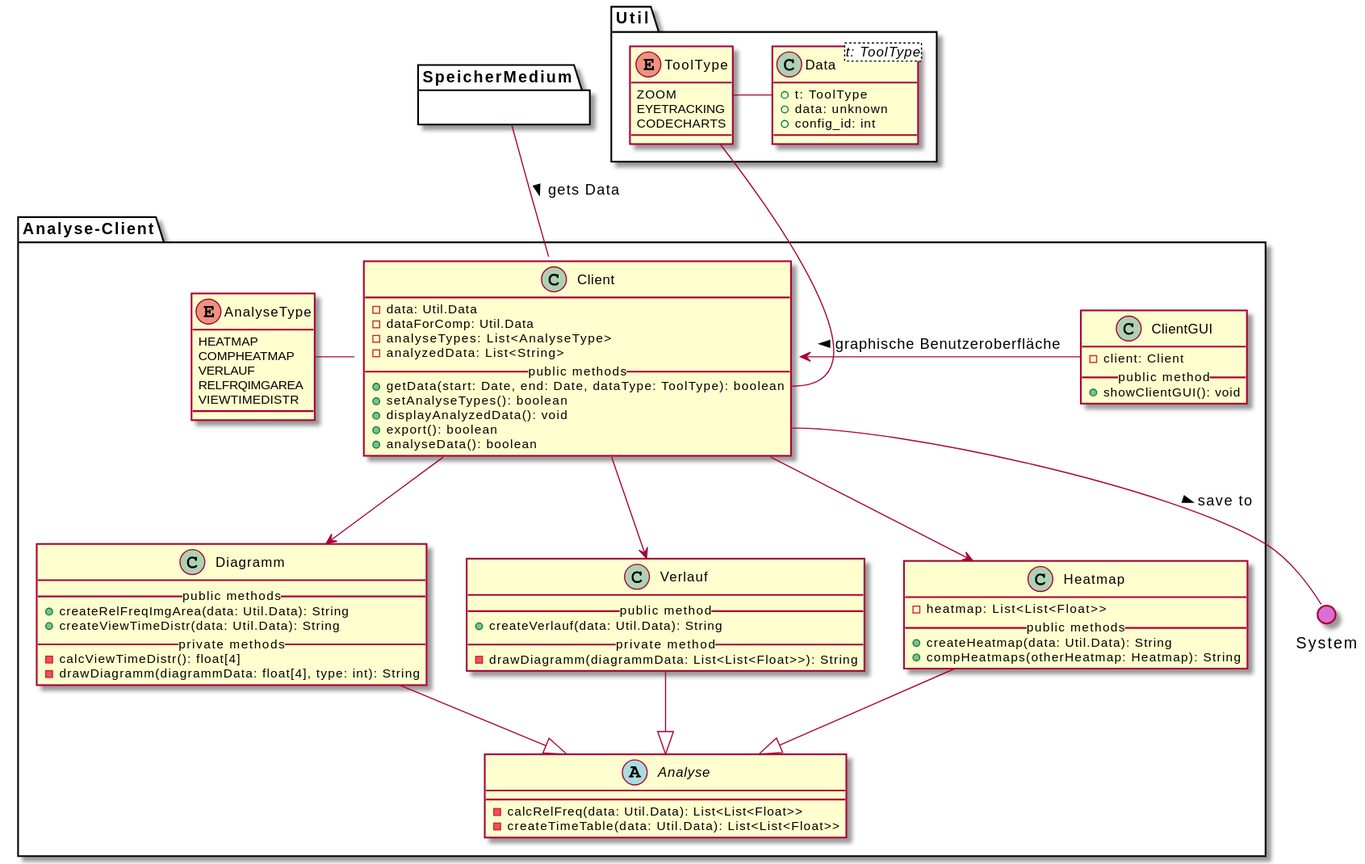
Before: meilenstein_03/uml-analyse-client/analyseclient.svg, a diagram exported from PlantUML (weichware10/meilensteine).
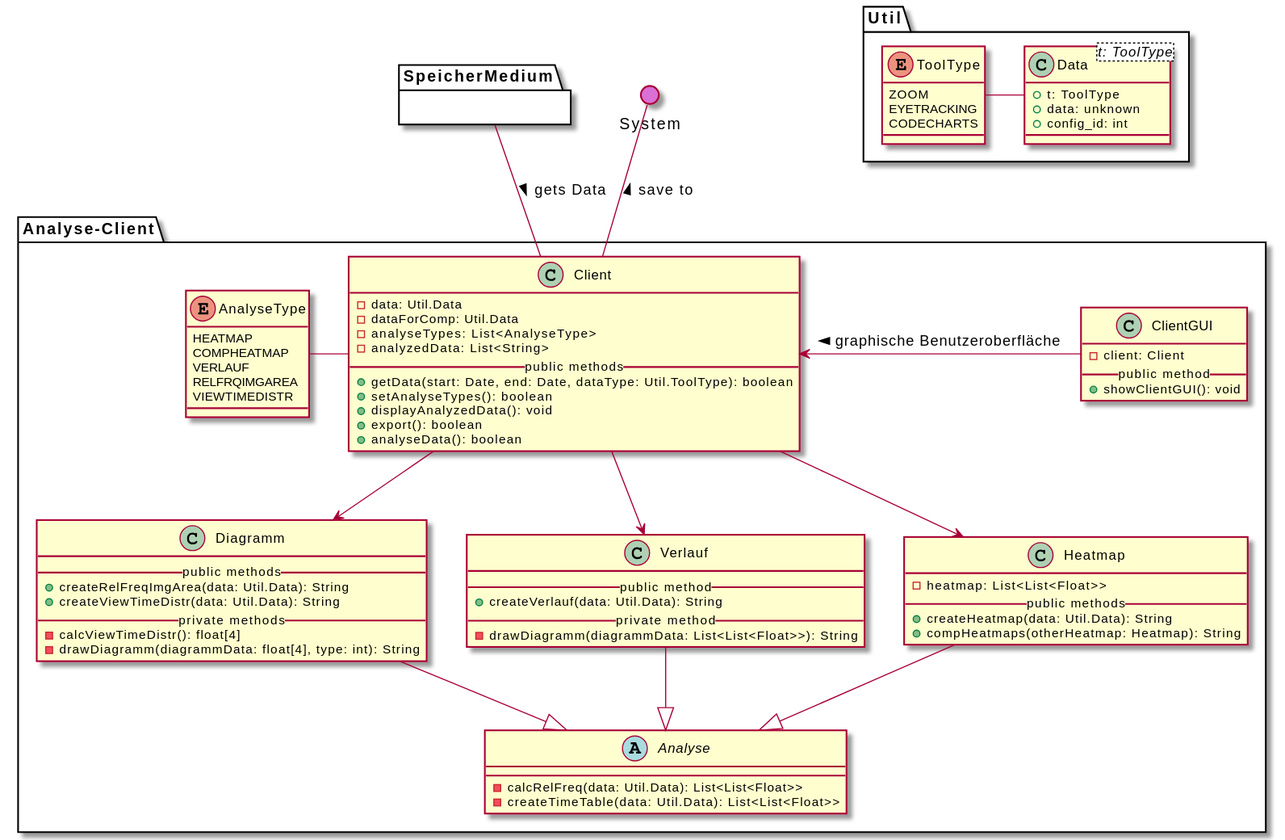
The same file after the commit.

Commit message:
Render PlantUML SVGs

Change to the diagram source:
```diff
@@ -1,70 +1,70 @@
 @startuml
 package Analyse-Client{
 
-  class Client {
-    - data: Util.Data
-    - dataForComp: Util.Data
-    - analyseTypes: List<AnalyseType>
-    - analyzedData: List<String>
-    __public methods__
-    + getData(start: Date, end: Date, dataType: ToolType): boolean
-    + setAnalyseTypes(): boolean
-    + displayAnalyzedData(): void
-    + export(): boolean
-    + analyseData(): boolean
-  }
+    class Client {
+        - data: Util.Data
+        - dataForComp: Util.Data
+        - analyseTypes: List<AnalyseType>
+        - analyzedData: List<String>
+        __public methods__
+        + getData(start: Date, end: Date, dataType: Util.ToolType): boolean
+        + setAnalyseTypes(): boolean
+        + displayAnalyzedData(): void
+        + export(): boolean
+        + analyseData(): boolean
+    }
 
-  abstract Analyse {
-    - calcRelFreq(data: Util.Data): List<List<Float>>
-    - createTimeTable(data: Util.Data): List<List<Float>>
-  }
+    abstract Analyse {
+        - calcRelFreq(data: Util.Data): List<List<Float>>
+        - createTimeTable(data: Util.Data): List<List<Float>>
+    }
 
-  class Heatmap {
-    - heatmap: List<List<Float>>
-    __public methods__
-    + createHeatmap(data: Util.Data): String
-    + compHeatmaps(otherHeatmap: Heatmap): String
-  }
+    class Heatmap {
+        - heatmap: List<List<Float>>
+        __public methods__
+        + createHeatmap(data: Util.Data): String
+        + compHeatmaps(otherHeatmap: Heatmap): String
+    }
 
-  class Verlauf {
-    __public method__
-    + createVerlauf(data: Util.Data): String
-    __private method__
-    - drawDiagramm(diagrammData: List<List<Float>>): String
-  }
+    class Verlauf {
+        __public method__
+        + createVerlauf(data: Util.Data): String
+        __private method__
+        - drawDiagramm(diagrammData: List<List<Float>>): String
+    }
 
-  class Diagramm {
-    __public methods__
-    + createRelFreqImgArea(data: Util.Data): String
-    + createViewTimeDistr(data: Util.Data): String
-    __private methods__
-    - calcViewTimeDistr(): float[4]
-    - drawDiagramm(diagrammData: float[4], type: int): String
-  }
+    class Diagramm {
+        __public methods__
+        + createRelFreqImgArea(data: Util.Data): String
+        + createViewTimeDistr(data: Util.Data): String
+        __private methods__
+        - calcViewTimeDistr(): float[4]
+        - drawDiagramm(diagrammData: float[4], type: int): String
+    }
 
-  enum AnalyseType {
-    HEATMAP
-    COMPHEATMAP
-    VERLAUF
-    RELFRQIMGAREA
-    VIEWTIMEDISTR
-  }
+    enum AnalyseType {
+        HEATMAP
+        COMPHEATMAP
+        VERLAUF
+        RELFRQIMGAREA
+        VIEWTIMEDISTR
+    }
 
-  class ClientGUI {
-    - client: Client
-    __public method__
-    + showClientGUI(): void
-  }
+    class ClientGUI {
+        - client: Client
+        __public method__
+        + showClientGUI(): void
+    }
 
-  Analyse <|-u- Heatmap
-  Analyse <|-u- Verlauf
-  Analyse <|-u- Diagramm
+    Analyse <|-u- Heatmap
+    Analyse <|-u- Verlauf
+    Analyse <|-u- Diagramm
 
-  Client -d-> Heatmap
-  Client -d-> Verlauf
-  Client -d-> Diagramm
-  Client -l- AnalyseType
-  Client <-r- ClientGUI : < graphische Benutzeroberfläche
+    Client -d-> Heatmap
+    Client -d-> Verlauf
+    Client -d-> Diagramm
+    Client -l- AnalyseType
+    Client <-r- ClientGUI : < graphische Benutzeroberfläche
 
 }
 
@@ -72,24 +72,23 @@
 
 package Util {
 
-  enum ToolType {
-    ZOOM
-    EYETRACKING
-    CODECHARTS
-  }
+    enum ToolType {
+        ZOOM
+        EYETRACKING
+        CODECHARTS
+    }
 
-  class Data<t: ToolType> {
-    + t: ToolType
-    + data: unknown
-    + config_id: int
-  }
+    class Data<t: ToolType> {
+        + t: ToolType
+        + data: unknown
+        + config_id: int
+    }
 
-  Data -l- ToolType
+    Data -l- ToolType
 }
 
 () System #DA70D5
 
-Client::getData -u- ToolType
-Client::export -- System: > save to
+Client -u- System: > save to
 Client -u- SpeicherMedium : < gets Data
 @enduml
```
